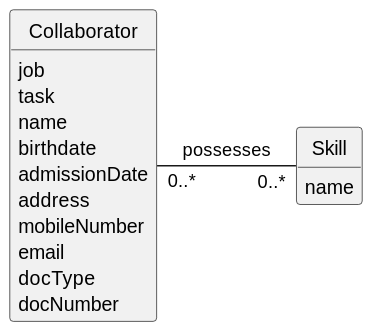
Above: docs/sprintB/us004/02.analysis/svg/us004-domain-model.svg in francisc-o-liveira/lei-24-s2-1dp-g163 (PlantUML), before the change. Source of this version:
```plantuml
@startuml
skinparam monochrome true
skinparam packageStyle rectangle
skinparam shadowing false
skinparam classAttributeIconSize 0
hide circle
hide methods

class Collaborator {
    job
    task
    name
    birthdate
    admissionDate
    address
    mobileNumber
    email
    docType
    docNumber
}

class Skill {
    name
}

Collaborator "0..*" -r- "0..*" Skill : possesses
@enduml
```
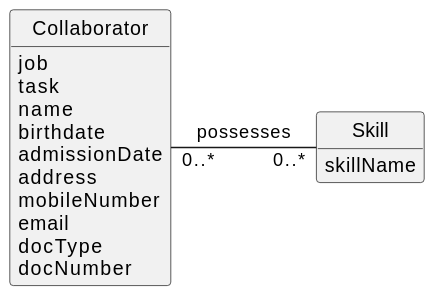
Later version of the same file.

The edit, as a diff of the source:
```diff
@@ -20,7 +20,7 @@
 }
 
 class Skill {
-    name
+    skillName
 }
 
 Collaborator "0..*" -r- "0..*" Skill : possesses
```
